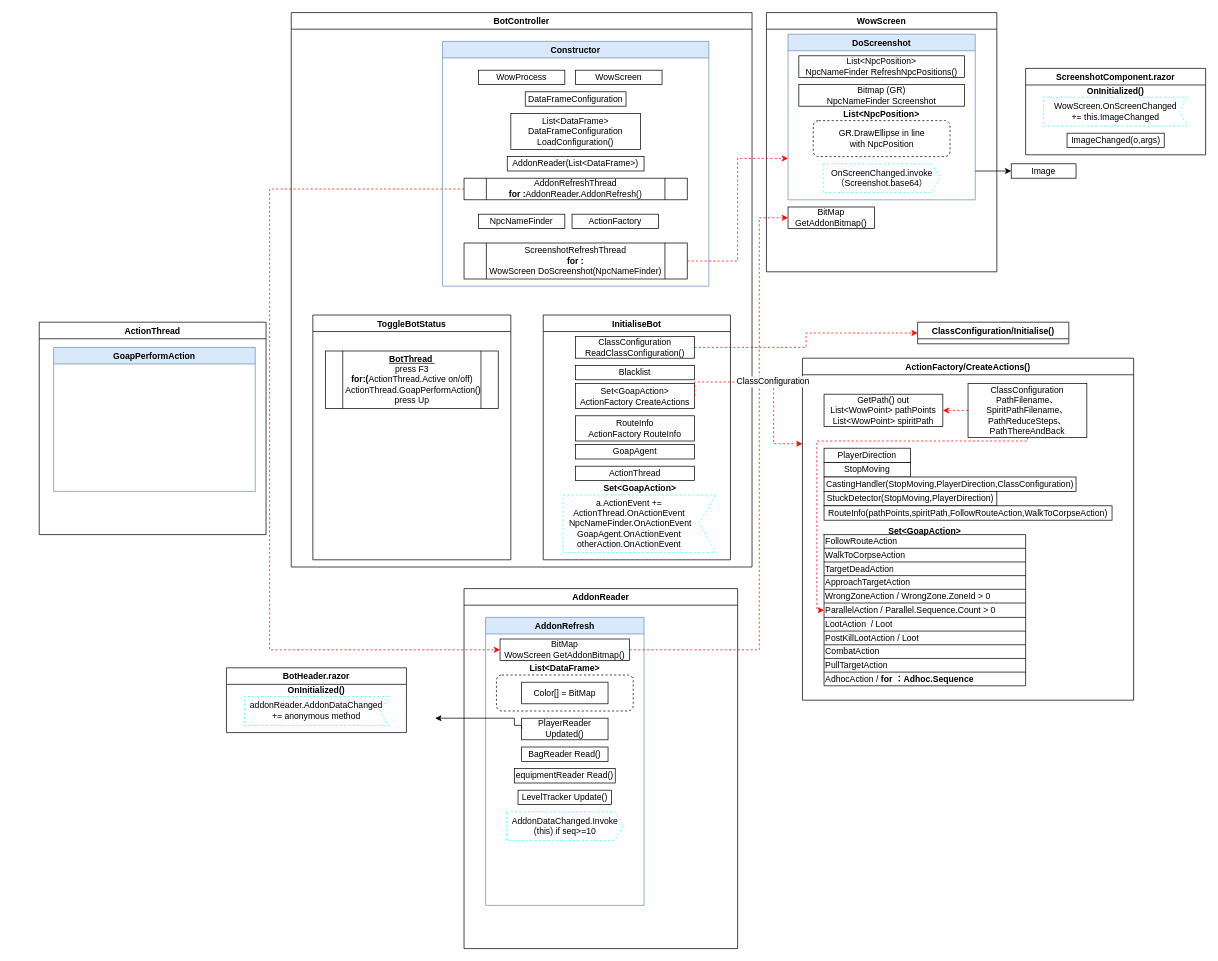
Before: BotPlan_1.drawio in YannieCheung/botgrams, a draw.io diagram. Source tidied: cells renumbered, new cells numbered last; positions are measured from the earlier drawing's top-left corner, leaving out a move shared by most shapes. Both pictures are drawn from the tidied source at 72%, with x=0, y=0 at pixel (39, 12).
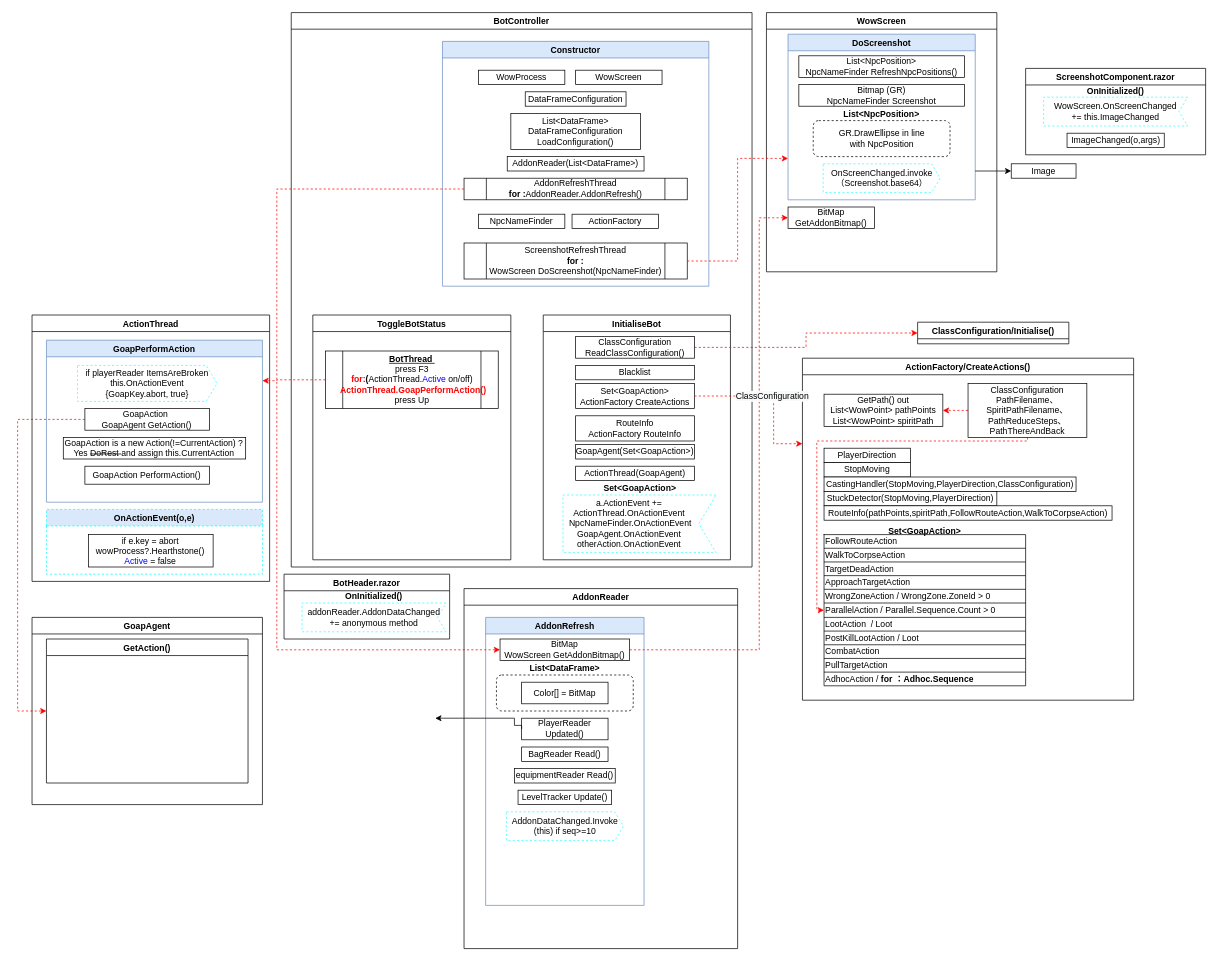
The same diagram, later.

Unchanged cells that the change refers to:
```xml
<mxCell id="12" value="AddonRefreshThread&lt;br&gt;&lt;b&gt;for :&lt;/b&gt;AddonReader.AddonRefresh()" style="shape=process;whiteSpace=wrap;html=1;backgroundOutline=1;" parent="3" vertex="1">
  <mxGeometry x="30" y="190" width="310" height="30" as="geometry" />
</mxCell>
<mxCell id="13" value="InitialiseBot" style="swimlane;strokeColor=#000000;" parent="2" vertex="1">
  <mxGeometry x="350" y="420" width="260" height="340" as="geometry" />
</mxCell>
<mxCell id="16" value="Set&amp;lt;GoapAction&amp;gt;&lt;br&gt;ActionFactory&amp;nbsp;CreateActions" style="rounded=0;whiteSpace=wrap;html=1;" parent="13" vertex="1">
  <mxGeometry x="45" y="95" width="165" height="35" as="geometry" />
</mxCell>
<mxCell id="22" value="ToggleBotStatus" style="swimlane;strokeColor=#000000;" parent="2" vertex="1">
  <mxGeometry x="30" y="420" width="275" height="340" as="geometry" />
</mxCell>
<mxCell id="41" value="BitMap&lt;br&gt;WowScreen GetAddonBitmap()" style="whiteSpace=wrap;html=1;strokeColor=#000000;" parent="40" vertex="1">
  <mxGeometry x="20" y="30" width="180" height="30" as="geometry" />
</mxCell>
<mxCell id="57" value="ActionFactory/CreateActions()" style="swimlane;" parent="1" vertex="1">
  <mxGeometry x="1060" y="480" width="460" height="475" as="geometry" />
</mxCell>
```

Diff of the diagram source:
```diff
@@
-    <mxCell id="18" value="GoapAgent" style="rounded=0;whiteSpace=wrap;html=1;" parent="13" vertex="1">
+    <mxCell id="18" value="GoapAgent(Set&amp;lt;GoapAction&amp;gt;)" style="rounded=0;whiteSpace=wrap;html=1;" parent="13" vertex="1">
       <mxGeometry x="45" y="180" width="165" height="20" as="geometry" />
     </mxCell>
-    <mxCell id="19" value="ActionThread" style="rounded=0;whiteSpace=wrap;html=1;" parent="13" vertex="1">
+    <mxCell id="19" value="ActionThread(GoapAgent)" style="rounded=0;whiteSpace=wrap;html=1;" parent="13" vertex="1">
       <mxGeometry x="45" y="210" width="165" height="20" as="geometry" />
     </mxCell>
@@
-    <mxCell id="23" value="&lt;u&gt;&lt;b&gt;BotThread&amp;nbsp;&lt;/b&gt;&lt;/u&gt;&lt;br&gt;press F3&lt;br&gt;&lt;b&gt;for:(&lt;/b&gt;ActionThread.Active on/off)&lt;b&gt;&lt;br&gt;&amp;nbsp;&lt;/b&gt;ActionThread.GoapPerformAction()&lt;br&gt;press Up" style="shape=process;whiteSpace=wrap;html=1;backgroundOutline=1;" parent="22" vertex="1">
+    <mxCell id="23" value="&lt;u&gt;&lt;b&gt;BotThread&amp;nbsp;&lt;/b&gt;&lt;/u&gt;&lt;br&gt;press F3&lt;br&gt;&lt;b&gt;&lt;font color=&quot;#ff0000&quot;&gt;for:&lt;/font&gt;(&lt;/b&gt;ActionThread.&lt;font color=&quot;#0000ff&quot;&gt;Active &lt;/font&gt;on/off)&lt;b&gt;&lt;br&gt;&lt;font color=&quot;#ff0000&quot;&gt;&amp;nbsp;&lt;/font&gt;&lt;/b&gt;&lt;font color=&quot;#ff0000&quot;&gt;&lt;b&gt;ActionThread.GoapPerformAction()&lt;br&gt;&lt;/b&gt;&lt;/font&gt;press Up" style="shape=process;whiteSpace=wrap;html=1;backgroundOutline=1;" parent="22" vertex="1">
       <mxGeometry x="17.5" y="50" width="240" height="80" as="geometry" />
     </mxCell>
@@
     <mxCell id="51" style="edgeStyle=orthogonalEdgeStyle;rounded=0;jettySize=auto;html=1;exitX=0;exitY=0.5;exitDx=0;exitDy=0;entryX=0;entryY=0.5;entryDx=0;entryDy=0;dashed=1;strokeColor=#FF0000;" parent="1" edge="1" source="12" target="41">
       <mxGeometry relative="1" as="geometry">
         <Array as="points">
-          <mxPoint x="320" y="245" />
-          <mxPoint x="320" y="885" />
+          <mxPoint x="330" y="245" />
+          <mxPoint x="330" y="885" />
         </Array>
       </mxGeometry>
     </mxCell>
     <mxCell id="52" value="BotHeader.razor" style="swimlane;" parent="1" vertex="1">
-      <mxGeometry x="260" y="910" width="250" height="90" as="geometry" />
+      <mxGeometry x="340" y="780" width="230" height="90" as="geometry" />
     </mxCell>
@@
     <mxCell id="91" value="&lt;span style=&quot;font-size: 12px; background-color: rgb(248, 249, 250);&quot;&gt;ClassConfiguration&lt;/span&gt;" style="edgeStyle=orthogonalEdgeStyle;rounded=0;jettySize=auto;html=1;exitX=1;exitY=0.5;exitDx=0;exitDy=0;dashed=1;strokeColor=#FF0000;entryX=0;entryY=0.25;entryDx=0;entryDy=0;" parent="1" edge="1" source="16" target="57">
       <mxGeometry relative="1" as="geometry">
         <Array as="points">
-          <mxPoint x="1020" y="513" />
+          <mxPoint x="1020" y="533" />
           <mxPoint x="1020" y="599" />
         </Array>
       </mxGeometry>
     </mxCell>
-    <mxCell id="92" value="ActionThread" style="swimlane;strokeColor=#000000;" parent="1" vertex="1">
-      <mxGeometry y="430" width="315" height="295" as="geometry" />
+    <mxCell id="92" value="ActionThread" style="swimlane;strokeColor=#000000;fontColor=#000000;" parent="1" vertex="1">
+      <mxGeometry x="-10" y="420" width="330" height="370" as="geometry" />
     </mxCell>
     <mxCell id="93" value="GoapPerformAction" style="swimlane;strokeColor=#6c8ebf;fillColor=#dae8fc;" parent="92" vertex="1">
-      <mxGeometry x="20" y="35" width="280" height="200" as="geometry" />
+      <mxGeometry x="20" y="35" width="300" height="225" as="geometry" />
     </mxCell>
+    <mxCell id="94" value="if playerReader ItemsAreBroken&#10;this.OnActionEvent&#10;{GoapKey.abort, true}" style="shape=mxgraph.sysml.sendSigAct;whiteSpace=wrap;align=center;dashed=1;strokeColor=#33FFFF;" parent="93" vertex="1">
+      <mxGeometry x="43.1" y="35" width="193.8" height="50" as="geometry" />
+    </mxCell>
+    <mxCell id="95" value="GoapAction&amp;nbsp;&lt;br&gt;GoapAgent GetAction()" style="whiteSpace=wrap;html=1;strokeColor=#000000;" parent="93" vertex="1">
+      <mxGeometry x="53.4" y="95" width="173.1" height="30" as="geometry" />
+    </mxCell>
+    <mxCell id="96" value="GoapAction is a new Action(!=CurrentAction) ?&lt;br&gt;Yes &lt;strike&gt;DoRest &lt;/strike&gt;and assign this.CurrentAction" style="whiteSpace=wrap;html=1;strokeColor=#000000;" parent="93" vertex="1">
+      <mxGeometry x="23.4" y="135" width="253.3" height="30" as="geometry" />
+    </mxCell>
+    <mxCell id="97" value="GoapAction PerformAction()" style="whiteSpace=wrap;html=1;strokeColor=#000000;" parent="93" vertex="1">
+      <mxGeometry x="53.4" y="175" width="173.1" height="25" as="geometry" />
+    </mxCell>
+    <mxCell id="98" value="OnActionEvent(o,e)" style="swimlane;strokeColor=#00FFFF;fillColor=#dae8fc;dashed=1;" parent="92" vertex="1">
+      <mxGeometry x="20" y="270" width="300" height="90" as="geometry" />
+    </mxCell>
+    <mxCell id="99" value="if e.key = abort&lt;br&gt;wowProcess?.Hearthstone()&lt;br&gt;&lt;font color=&quot;#0000ff&quot;&gt;Active &lt;/font&gt;= false" style="whiteSpace=wrap;html=1;strokeColor=#000000;" parent="98" vertex="1">
+      <mxGeometry x="58.4" y="35" width="173.1" height="45" as="geometry" />
+    </mxCell>
+    <mxCell id="100" style="edgeStyle=orthogonalEdgeStyle;rounded=0;jettySize=auto;html=1;exitX=0;exitY=0.5;exitDx=0;exitDy=0;dashed=1;strokeColor=#FF0000;entryX=0;entryY=0.5;entryDx=0;entryDy=0;" parent="1" edge="1" source="95" target="103">
+      <mxGeometry relative="1" as="geometry">
+        <Array as="points">
+          <mxPoint x="-30" y="565" />
+          <mxPoint x="-30" y="970" />
+        </Array>
+      </mxGeometry>
+    </mxCell>
+    <mxCell id="101" style="edgeStyle=orthogonalEdgeStyle;rounded=0;jettySize=auto;html=1;exitX=0;exitY=0.5;exitDx=0;exitDy=0;dashed=1;fontColor=#FF0000;strokeColor=#FF0000;entryX=1;entryY=0.25;entryDx=0;entryDy=0;" parent="1" edge="1" source="23" target="93">
+      <mxGeometry relative="1" as="geometry">
+        <Array as="points">
+          <mxPoint x="330" y="510" />
+          <mxPoint x="330" y="511" />
+        </Array>
+      </mxGeometry>
+    </mxCell>
+    <mxCell id="102" value="GoapAgent" style="swimlane;fontColor=#000000;strokeColor=#000000;" parent="1" vertex="1">
+      <mxGeometry x="-10" y="840" width="320" height="260" as="geometry" />
+    </mxCell>
+    <mxCell id="103" value="GetAction()" style="swimlane;fontColor=#000000;strokeColor=#000000;" parent="102" vertex="1">
+      <mxGeometry x="20" y="30" width="280" height="200" as="geometry" />
+    </mxCell>
```
